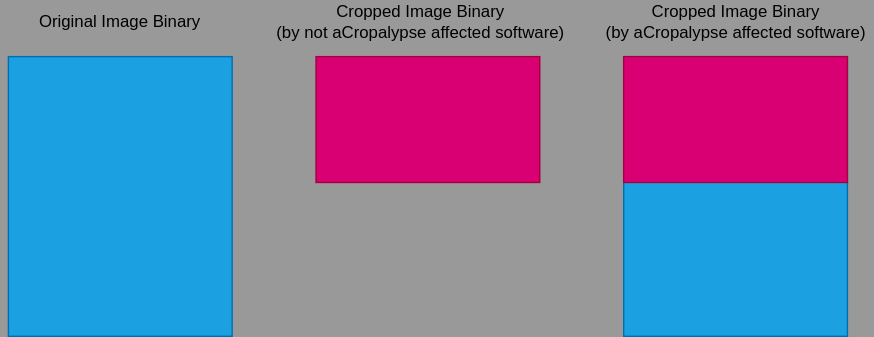
Earlier version of the draw.io export doc/image/acropalypse_overwrite_file.drawio.svg (heriet/acropalypse-gif). Source tidied: cells renumbered, new cells last; positions are measured from the earlier drawing's top-left corner, leaving out a move shared by most shapes.
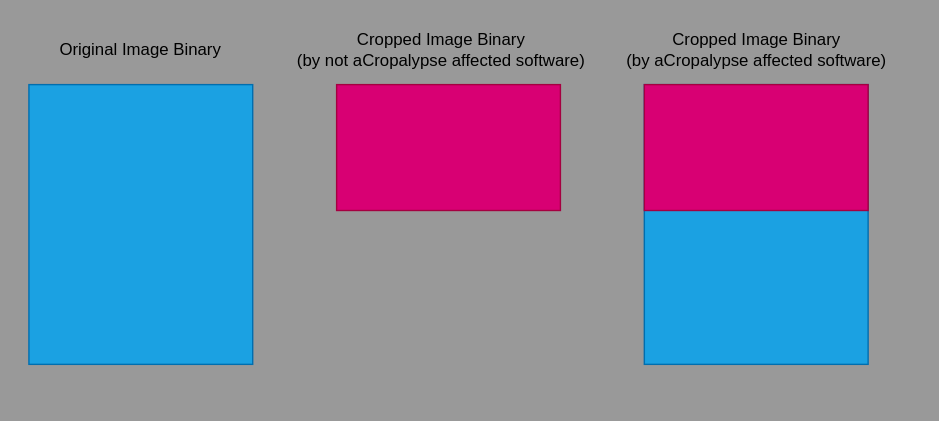
Later version of the same file.

Diff of the diagram source:
```diff
@@ -23,5 +23,8 @@
     <mxCell id="8" value="Cropped Image Binary&lt;br&gt;(by aCropalypse affected software)" style="text;html=1;strokeColor=none;fillColor=none;align=center;verticalAlign=middle;whiteSpace=wrap;rounded=0;" parent="1" vertex="1">
       <mxGeometry x="427.5" width="195" height="30" as="geometry" />
     </mxCell>
+    <mxCell id="9" style="rounded=0;whiteSpace=wrap;html=1;fillColor=none;strokeColor=none;" parent="1" vertex="1">
+      <mxGeometry x="-15" y="-20" width="670" height="300" as="geometry" />
+    </mxCell>
   </root>
 </mxGraphModel>
```
